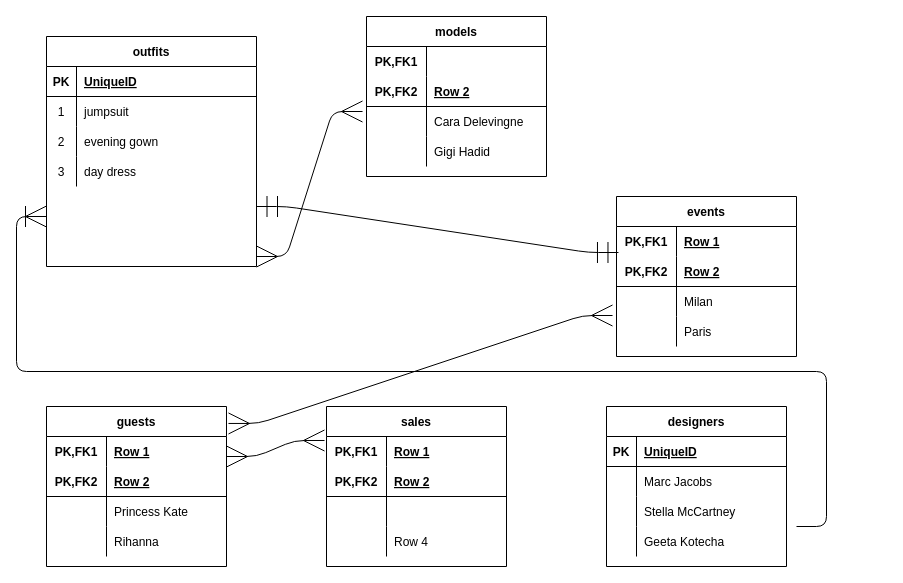
GK230/boolean-uk-api-data-models keeps this draw.io diagram as fashion.drawio. Above is the earlier version. Source tidied: cells renumbered, new cells numbered last; positions are measured from the earlier drawing's top-left corner, leaving out a move shared by most shapes. Both pictures are drawn from the tidied source at 100%, with x=0, y=0 at pixel (46, 16).
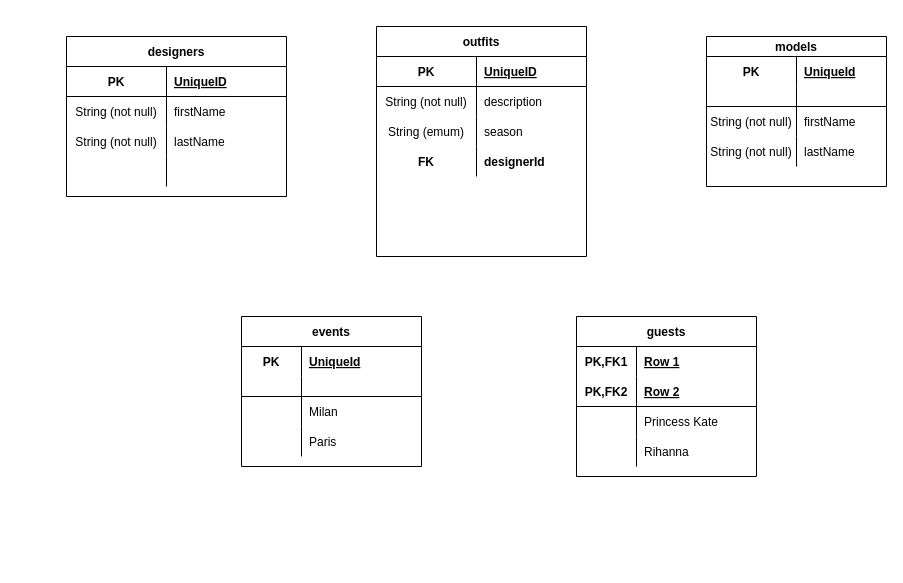
The same page after the edit.

Unchanged cells that the change refers to:
```xml
<mxCell id="3" style="shape=partialRectangle;fillColor=none;top=0;left=0;bottom=1;right=0;" parent="2" vertex="1">
  <mxGeometry y="30" width="210" height="30" as="geometry" />
</mxCell>
<mxCell id="6" style="shape=partialRectangle;fillColor=none;top=0;left=0;bottom=0;right=0;" parent="2" vertex="1">
  <mxGeometry y="60" width="210" height="30" as="geometry" />
</mxCell>
<mxCell id="9" style="shape=partialRectangle;fillColor=none;top=0;left=0;bottom=0;right=0;" parent="2" vertex="1">
  <mxGeometry y="90" width="210" height="30" as="geometry" />
</mxCell>
<mxCell id="12" style="shape=partialRectangle;fillColor=none;top=0;left=0;bottom=0;right=0;" parent="2" vertex="1">
  <mxGeometry y="120" width="210" height="30" as="geometry" />
</mxCell>
<mxCell id="29" style="shape=partialRectangle;fillColor=none;top=0;left=0;bottom=0;right=0;" parent="28" vertex="1">
  <mxGeometry y="30" width="180" height="30" as="geometry" />
</mxCell>
```

What changed in the source:
```diff
@@
     <mxCell id="2" value="outfits" style="shape=table;startSize=30;childLayout=tableLayout;rowLines=0;fontStyle=1;align=center;" parent="1" vertex="1">
-      <mxGeometry y="20" width="210" height="230" as="geometry" />
+      <mxGeometry x="330" y="10" width="210" height="230" as="geometry" />
     </mxCell>
@@
     <mxCell id="4" value="PK" style="shape=partialRectangle;fillColor=none;top=0;left=0;bottom=0;right=0;fontStyle=1;overflow=hidden;" parent="3" vertex="1">
-      <mxGeometry width="30" height="30" as="geometry" />
+      <mxGeometry width="100" height="30" as="geometry" />
     </mxCell>
     <mxCell id="5" value="UniqueID" style="shape=partialRectangle;fillColor=none;top=0;left=0;bottom=0;right=0;align=left;spacingLeft=6;fontStyle=5;overflow=hidden;" parent="3" vertex="1">
-      <mxGeometry x="30" width="180" height="30" as="geometry" />
+      <mxGeometry x="100" width="110" height="30" as="geometry" />
     </mxCell>
@@
-    <mxCell id="7" value="1" style="shape=partialRectangle;fillColor=none;top=0;left=0;bottom=0;right=0;overflow=hidden;" parent="6" vertex="1">
-      <mxGeometry width="30" height="30" as="geometry" />
+    <mxCell id="7" value="String (not null)" style="shape=partialRectangle;fillColor=none;top=0;left=0;bottom=0;right=0;overflow=hidden;" parent="6" vertex="1">
+      <mxGeometry width="100" height="30" as="geometry" />
     </mxCell>
-    <mxCell id="8" value="jumpsuit" style="shape=partialRectangle;fillColor=none;top=0;left=0;bottom=0;right=0;align=left;spacingLeft=6;overflow=hidden;" parent="6" vertex="1">
-      <mxGeometry x="30" width="180" height="30" as="geometry" />
+    <mxCell id="8" value="description" style="shape=partialRectangle;fillColor=none;top=0;left=0;bottom=0;right=0;align=left;spacingLeft=6;overflow=hidden;" parent="6" vertex="1">
+      <mxGeometry x="100" width="110" height="30" as="geometry" />
     </mxCell>
@@
-    <mxCell id="10" value="2" style="shape=partialRectangle;fillColor=none;top=0;left=0;bottom=0;right=0;overflow=hidden;" parent="9" vertex="1">
-      <mxGeometry width="30" height="30" as="geometry" />
+    <mxCell id="10" value="String (emum)" style="shape=partialRectangle;fillColor=none;top=0;left=0;bottom=0;right=0;overflow=hidden;" parent="9" vertex="1">
+      <mxGeometry width="100" height="30" as="geometry" />
     </mxCell>
-    <mxCell id="11" value="evening gown" style="shape=partialRectangle;fillColor=none;top=0;left=0;bottom=0;right=0;align=left;spacingLeft=6;overflow=hidden;" parent="9" vertex="1">
-      <mxGeometry x="30" width="180" height="30" as="geometry" />
+    <mxCell id="11" value="season" style="shape=partialRectangle;fillColor=none;top=0;left=0;bottom=0;right=0;align=left;spacingLeft=6;overflow=hidden;" parent="9" vertex="1">
+      <mxGeometry x="100" width="110" height="30" as="geometry" />
     </mxCell>
@@
-    <mxCell id="13" value="3" style="shape=partialRectangle;fillColor=none;top=0;left=0;bottom=0;right=0;overflow=hidden;" parent="12" vertex="1">
-      <mxGeometry width="30" height="30" as="geometry" />
+    <mxCell id="13" value="FK" style="shape=partialRectangle;fillColor=none;top=0;left=0;bottom=0;right=0;overflow=hidden;fontStyle=1;" parent="12" vertex="1">
+      <mxGeometry width="100" height="30" as="geometry" />
     </mxCell>
-    <mxCell id="14" value="day dress" style="shape=partialRectangle;fillColor=none;top=0;left=0;bottom=0;right=0;align=left;spacingLeft=6;overflow=hidden;" parent="12" vertex="1">
-      <mxGeometry x="30" width="180" height="30" as="geometry" />
+    <mxCell id="14" value="designerId" style="shape=partialRectangle;fillColor=none;top=0;left=0;bottom=0;right=0;align=left;spacingLeft=6;overflow=hidden;fontStyle=1;" parent="12" vertex="1">
+      <mxGeometry x="100" width="110" height="30" as="geometry" />
     </mxCell>
-    <mxCell id="15" value="models" style="shape=table;startSize=30;childLayout=tableLayout;rowLines=0;fontStyle=1;align=center;" parent="1" vertex="1">
-      <mxGeometry x="320" width="180" height="160" as="geometry" />
+    <mxCell id="15" value="models" style="shape=table;startSize=20;childLayout=tableLayout;rowLines=0;fontStyle=1;align=center;" parent="1" vertex="1">
+      <mxGeometry x="660" y="20" width="180" height="150" as="geometry" />
     </mxCell>
     <mxCell id="16" style="shape=partialRectangle;fillColor=none;top=0;left=0;bottom=0;right=0;" parent="15" vertex="1">
-      <mxGeometry y="30" width="180" height="30" as="geometry" />
+      <mxGeometry y="20" width="180" height="30" as="geometry" />
     </mxCell>
-    <mxCell id="17" value="PK,FK1" style="shape=partialRectangle;fillColor=none;top=0;left=0;bottom=0;right=0;fontStyle=1;overflow=hidden;" parent="16" vertex="1">
-      <mxGeometry width="60" height="30" as="geometry" />
+    <mxCell id="17" value="PK" style="shape=partialRectangle;fillColor=none;top=0;left=0;bottom=0;right=0;fontStyle=1;overflow=hidden;" parent="16" vertex="1">
+      <mxGeometry width="90" height="30" as="geometry" />
     </mxCell>
-    <mxCell id="18" style="shape=partialRectangle;fillColor=none;top=0;left=0;bottom=0;right=0;align=left;spacingLeft=6;fontStyle=5;overflow=hidden;" parent="16" vertex="1">
-      <mxGeometry x="60" width="120" height="30" as="geometry" />
+    <mxCell id="18" value="UniqueId" style="shape=partialRectangle;fillColor=none;top=0;left=0;bottom=0;right=0;align=left;spacingLeft=6;fontStyle=5;overflow=hidden;" parent="16" vertex="1">
+      <mxGeometry x="90" width="90" height="30" as="geometry" />
     </mxCell>
     <mxCell id="19" style="shape=partialRectangle;fillColor=none;top=0;left=0;bottom=1;right=0;" parent="15" vertex="1">
-      <mxGeometry y="60" width="180" height="30" as="geometry" />
+      <mxGeometry y="50" width="180" height="20" as="geometry" />
     </mxCell>
-    <mxCell id="20" value="PK,FK2" style="shape=partialRectangle;fillColor=none;top=0;left=0;bottom=0;right=0;fontStyle=1;overflow=hidden;" parent="19" vertex="1">
-      <mxGeometry width="60" height="30" as="geometry" />
+    <mxCell id="20" style="shape=partialRectangle;fillColor=none;top=0;left=0;bottom=0;right=0;fontStyle=1;overflow=hidden;" parent="19" vertex="1">
+      <mxGeometry width="90" height="20" as="geometry" />
     </mxCell>
-    <mxCell id="21" value="Row 2" style="shape=partialRectangle;fillColor=none;top=0;left=0;bottom=0;right=0;align=left;spacingLeft=6;fontStyle=5;overflow=hidden;" parent="19" vertex="1">
-      <mxGeometry x="60" width="120" height="30" as="geometry" />
+    <mxCell id="21" style="shape=partialRectangle;fillColor=none;top=0;left=0;bottom=0;right=0;align=left;spacingLeft=6;fontStyle=5;overflow=hidden;" parent="19" vertex="1">
+      <mxGeometry x="90" width="90" height="20" as="geometry" />
     </mxCell>
     <mxCell id="22" style="shape=partialRectangle;fillColor=none;top=0;left=0;bottom=0;right=0;points=[[0,0.5],[1,0.5]];portConstraint=eastwest;" parent="15" vertex="1">
-      <mxGeometry y="90" width="180" height="30" as="geometry" />
+      <mxGeometry y="70" width="180" height="30" as="geometry" />
     </mxCell>
-    <mxCell id="23" style="shape=partialRectangle;fillColor=none;top=0;left=0;bottom=0;right=0;overflow=hidden;" parent="22" vertex="1">
-      <mxGeometry width="60" height="30" as="geometry" />
+    <mxCell id="23" value="String (not null)" style="shape=partialRectangle;fillColor=none;top=0;left=0;bottom=0;right=0;overflow=hidden;" parent="22" vertex="1">
+      <mxGeometry width="90" height="30" as="geometry" />
     </mxCell>
-    <mxCell id="24" value="Cara Delevingne" style="shape=partialRectangle;fillColor=none;top=0;left=0;bottom=0;right=0;align=left;spacingLeft=6;overflow=hidden;" parent="22" vertex="1">
-      <mxGeometry x="60" width="120" height="30" as="geometry" />
+    <mxCell id="24" value="firstName" style="shape=partialRectangle;fillColor=none;top=0;left=0;bottom=0;right=0;align=left;spacingLeft=6;overflow=hidden;" parent="22" vertex="1">
+      <mxGeometry x="90" width="90" height="30" as="geometry" />
     </mxCell>
     <mxCell id="25" style="shape=partialRectangle;fillColor=none;top=0;left=0;bottom=0;right=0;" parent="15" vertex="1">
-      <mxGeometry y="120" width="180" height="30" as="geometry" />
+      <mxGeometry y="100" width="180" height="30" as="geometry" />
     </mxCell>
-    <mxCell id="26" style="shape=partialRectangle;fillColor=none;top=0;left=0;bottom=0;right=0;overflow=hidden;" parent="25" vertex="1">
-      <mxGeometry width="60" height="30" as="geometry" />
+    <mxCell id="26" value="String (not null)" style="shape=partialRectangle;fillColor=none;top=0;left=0;bottom=0;right=0;overflow=hidden;" parent="25" vertex="1">
+      <mxGeometry width="90" height="30" as="geometry" />
     </mxCell>
-    <mxCell id="27" value="Gigi Hadid" style="shape=partialRectangle;fillColor=none;top=0;left=0;bottom=0;right=0;align=left;spacingLeft=6;overflow=hidden;" parent="25" vertex="1">
-      <mxGeometry x="60" width="120" height="30" as="geometry" />
+    <mxCell id="27" value="lastName" style="shape=partialRectangle;fillColor=none;top=0;left=0;bottom=0;right=0;align=left;spacingLeft=6;overflow=hidden;" parent="25" vertex="1">
+      <mxGeometry x="90" width="90" height="30" as="geometry" />
     </mxCell>
     <mxCell id="28" value="events" style="shape=table;startSize=30;childLayout=tableLayout;rowLines=0;fontStyle=1;align=center;" parent="1" vertex="1">
-      <mxGeometry x="570" y="180" width="180" height="160" as="geometry" />
+      <mxGeometry x="195" y="300" width="180" height="150" as="geometry" />
     </mxCell>
@@
-    <mxCell id="30" value="PK,FK1" style="shape=partialRectangle;fillColor=none;top=0;left=0;bottom=0;right=0;fontStyle=1;overflow=hidden;" parent="29" vertex="1">
+    <mxCell id="30" value="PK" style="shape=partialRectangle;fillColor=none;top=0;left=0;bottom=0;right=0;fontStyle=1;overflow=hidden;" parent="29" vertex="1">
       <mxGeometry width="60" height="30" as="geometry" />
     </mxCell>
-    <mxCell id="31" value="Row 1" style="shape=partialRectangle;fillColor=none;top=0;left=0;bottom=0;right=0;align=left;spacingLeft=6;fontStyle=5;overflow=hidden;" parent="29" vertex="1">
+    <mxCell id="31" value="UniqueId" style="shape=partialRectangle;fillColor=none;top=0;left=0;bottom=0;right=0;align=left;spacingLeft=6;fontStyle=5;overflow=hidden;" parent="29" vertex="1">
       <mxGeometry x="60" width="120" height="30" as="geometry" />
     </mxCell>
     <mxCell id="32" style="shape=partialRectangle;fillColor=none;top=0;left=0;bottom=1;right=0;points=[[0,0.5],[1,0.5]];portConstraint=eastwest;" parent="28" vertex="1">
-      <mxGeometry y="60" width="180" height="30" as="geometry" />
+      <mxGeometry y="60" width="180" height="20" as="geometry" />
     </mxCell>
-    <mxCell id="33" value="PK,FK2" style="shape=partialRectangle;fillColor=none;top=0;left=0;bottom=0;right=0;fontStyle=1;overflow=hidden;" parent="32" vertex="1">
-      <mxGeometry width="60" height="30" as="geometry" />
+    <mxCell id="33" style="shape=partialRectangle;fillColor=none;top=0;left=0;bottom=0;right=0;fontStyle=1;overflow=hidden;" parent="32" vertex="1">
+      <mxGeometry width="60" height="20" as="geometry" />
     </mxCell>
-    <mxCell id="34" value="Row 2" style="shape=partialRectangle;fillColor=none;top=0;left=0;bottom=0;right=0;align=left;spacingLeft=6;fontStyle=5;overflow=hidden;" parent="32" vertex="1">
-      <mxGeometry x="60" width="120" height="30" as="geometry" />
+    <mxCell id="34" style="shape=partialRectangle;fillColor=none;top=0;left=0;bottom=0;right=0;align=left;spacingLeft=6;fontStyle=5;overflow=hidden;" parent="32" vertex="1">
+      <mxGeometry x="60" width="120" height="20" as="geometry" />
     </mxCell>
     <mxCell id="35" style="shape=partialRectangle;fillColor=none;top=0;left=0;bottom=0;right=0;" parent="28" vertex="1">
-      <mxGeometry y="90" width="180" height="30" as="geometry" />
+      <mxGeometry y="80" width="180" height="30" as="geometry" />
     </mxCell>
@@
     <mxCell id="38" style="shape=partialRectangle;fillColor=none;top=0;left=0;bottom=0;right=0;points=[[0,0.5],[1,0.5]];portConstraint=eastwest;" parent="28" vertex="1">
-      <mxGeometry y="120" width="180" height="30" as="geometry" />
+      <mxGeometry y="110" width="180" height="30" as="geometry" />
     </mxCell>
@@
     <mxCell id="41" value="guests" style="shape=table;startSize=30;childLayout=tableLayout;rowLines=0;fontStyle=1;align=center;" parent="1" vertex="1">
-      <mxGeometry y="390" width="180" height="160" as="geometry" />
+      <mxGeometry x="530" y="300" width="180" height="160" as="geometry" />
     </mxCell>
@@
-    <mxCell id="54" value="sales" style="shape=table;startSize=30;childLayout=tableLayout;rowLines=0;fontStyle=1;align=center;" parent="1" vertex="1">
-      <mxGeometry x="280" y="390" width="180" height="160" as="geometry" />
-    </mxCell>
-    <mxCell id="55" style="shape=partialRectangle;fillColor=none;top=0;left=0;bottom=0;right=0;points=[[0,0.5],[1,0.5]];portConstraint=eastwest;" parent="54" vertex="1">
-      <mxGeometry y="30" width="180" height="30" as="geometry" />
-    </mxCell>
-    <mxCell id="56" value="PK,FK1" style="shape=partialRectangle;fillColor=none;top=0;left=0;bottom=0;right=0;fontStyle=1;overflow=hidden;" parent="55" vertex="1">
-      <mxGeometry width="60" height="30" as="geometry" />
-    </mxCell>
-    <mxCell id="57" value="Row 1" style="shape=partialRectangle;fillColor=none;top=0;left=0;bottom=0;right=0;align=left;spacingLeft=6;fontStyle=5;overflow=hidden;" parent="55" vertex="1">
-      <mxGeometry x="60" width="120" height="30" as="geometry" />
-    </mxCell>
-    <mxCell id="58" style="shape=partialRectangle;fillColor=none;top=0;left=0;bottom=1;right=0;" parent="54" vertex="1">
-      <mxGeometry y="60" width="180" height="30" as="geometry" />
-    </mxCell>
-    <mxCell id="59" value="PK,FK2" style="shape=partialRectangle;fillColor=none;top=0;left=0;bottom=0;right=0;fontStyle=1;overflow=hidden;" parent="58" vertex="1">
-      <mxGeometry width="60" height="30" as="geometry" />
-    </mxCell>
-    <mxCell id="60" value="Row 2" style="shape=partialRectangle;fillColor=none;top=0;left=0;bottom=0;right=0;align=left;spacingLeft=6;fontStyle=5;overflow=hidden;" parent="58" vertex="1">
-      <mxGeometry x="60" width="120" height="30" as="geometry" />
-    </mxCell>
-    <mxCell id="61" style="shape=partialRectangle;fillColor=none;top=0;left=0;bottom=0;right=0;" parent="54" vertex="1">
-      <mxGeometry y="90" width="180" height="30" as="geometry" />
-    </mxCell>
-    <mxCell id="62" style="shape=partialRectangle;fillColor=none;top=0;left=0;bottom=0;right=0;overflow=hidden;" parent="61" vertex="1">
-      <mxGeometry width="60" height="30" as="geometry" />
-    </mxCell>
-    <mxCell id="63" style="shape=partialRectangle;fillColor=none;top=0;left=0;bottom=0;right=0;align=left;spacingLeft=6;overflow=hidden;" parent="61" vertex="1">
-      <mxGeometry x="60" width="120" height="30" as="geometry" />
-    </mxCell>
-    <mxCell id="64" style="shape=partialRectangle;fillColor=none;top=0;left=0;bottom=0;right=0;" parent="54" vertex="1">
-      <mxGeometry y="120" width="180" height="30" as="geometry" />
-    </mxCell>
-    <mxCell id="65" style="shape=partialRectangle;fillColor=none;top=0;left=0;bottom=0;right=0;overflow=hidden;" parent="64" vertex="1">
-      <mxGeometry width="60" height="30" as="geometry" />
-    </mxCell>
-    <mxCell id="66" value="Row 4" style="shape=partialRectangle;fillColor=none;top=0;left=0;bottom=0;right=0;align=left;spacingLeft=6;overflow=hidden;" parent="64" vertex="1">
-      <mxGeometry x="60" width="120" height="30" as="geometry" />
-    </mxCell>
     <mxCell id="67" value="designers" style="shape=table;startSize=30;childLayout=tableLayout;rowLines=0;fontStyle=1;align=center;" parent="1" vertex="1">
-      <mxGeometry x="560" y="390" width="180" height="160" as="geometry" />
+      <mxGeometry x="20" y="20" width="220" height="160" as="geometry" />
     </mxCell>
     <mxCell id="68" style="shape=partialRectangle;fillColor=none;top=0;left=0;bottom=1;right=0;" parent="67" vertex="1">
-      <mxGeometry y="30" width="180" height="30" as="geometry" />
+      <mxGeometry y="30" width="220" height="30" as="geometry" />
     </mxCell>
     <mxCell id="69" value="PK" style="shape=partialRectangle;fillColor=none;top=0;left=0;bottom=0;right=0;fontStyle=1;overflow=hidden;" parent="68" vertex="1">
-      <mxGeometry width="30" height="30" as="geometry" />
+      <mxGeometry width="100" height="30" as="geometry" />
     </mxCell>
     <mxCell id="70" value="UniqueID" style="shape=partialRectangle;fillColor=none;top=0;left=0;bottom=0;right=0;align=left;spacingLeft=6;fontStyle=5;overflow=hidden;" parent="68" vertex="1">
-      <mxGeometry x="30" width="150" height="30" as="geometry" />
+      <mxGeometry x="100" width="120" height="30" as="geometry" />
     </mxCell>
     <mxCell id="71" style="shape=partialRectangle;fillColor=none;top=0;left=0;bottom=0;right=0;" parent="67" vertex="1">
-      <mxGeometry y="60" width="180" height="30" as="geometry" />
+      <mxGeometry y="60" width="220" height="30" as="geometry" />
     </mxCell>
-    <mxCell id="72" style="shape=partialRectangle;fillColor=none;top=0;left=0;bottom=0;right=0;overflow=hidden;" parent="71" vertex="1">
-      <mxGeometry width="30" height="30" as="geometry" />
+    <mxCell id="72" value="String (not null)" style="shape=partialRectangle;fillColor=none;top=0;left=0;bottom=0;right=0;overflow=hidden;" parent="71" vertex="1">
+      <mxGeometry width="100" height="30" as="geometry" />
     </mxCell>
-    <mxCell id="73" value="Marc Jacobs" style="shape=partialRectangle;fillColor=none;top=0;left=0;bottom=0;right=0;align=left;spacingLeft=6;overflow=hidden;" parent="71" vertex="1">
-      <mxGeometry x="30" width="150" height="30" as="geometry" />
+    <mxCell id="73" value="firstName" style="shape=partialRectangle;fillColor=none;top=0;left=0;bottom=0;right=0;align=left;spacingLeft=6;overflow=hidden;" parent="71" vertex="1">
+      <mxGeometry x="100" width="120" height="30" as="geometry" />
     </mxCell>
     <mxCell id="74" style="shape=partialRectangle;fillColor=none;top=0;left=0;bottom=0;right=0;" parent="67" vertex="1">
-      <mxGeometry y="90" width="180" height="30" as="geometry" />
+      <mxGeometry y="90" width="220" height="30" as="geometry" />
     </mxCell>
     <mxCell id="75" style="shape=partialRectangle;fillColor=none;top=0;left=0;bottom=0;right=0;overflow=hidden;" parent="74" vertex="1">
-      <mxGeometry width="30" height="30" as="geometry" />
+      <mxGeometry width="100" height="30" as="geometry" />
     </mxCell>
-    <mxCell id="76" value="Stella McCartney" style="shape=partialRectangle;fillColor=none;top=0;left=0;bottom=0;right=0;align=left;spacingLeft=6;overflow=hidden;" parent="74" vertex="1">
-      <mxGeometry x="30" width="150" height="30" as="geometry" />
+    <mxCell id="76" value="lastName" style="shape=partialRectangle;fillColor=none;top=0;left=0;bottom=0;right=0;align=left;spacingLeft=6;overflow=hidden;" parent="74" vertex="1">
+      <mxGeometry x="100" width="120" height="30" as="geometry" />
     </mxCell>
     <mxCell id="77" style="shape=partialRectangle;fillColor=none;top=0;left=0;bottom=0;right=0;" parent="67" vertex="1">
-      <mxGeometry y="120" width="180" height="30" as="geometry" />
+      <mxGeometry y="120" width="220" height="30" as="geometry" />
     </mxCell>
     <mxCell id="78" style="shape=partialRectangle;fillColor=none;top=0;left=0;bottom=0;right=0;overflow=hidden;" parent="77" vertex="1">
-      <mxGeometry width="30" height="30" as="geometry" />
+      <mxGeometry width="100" height="30" as="geometry" />
     </mxCell>
-    <mxCell id="79" value="Geeta Kotecha" style="shape=partialRectangle;fillColor=none;top=0;left=0;bottom=0;right=0;align=left;spacingLeft=6;overflow=hidden;" parent="77" vertex="1">
-      <mxGeometry x="30" width="150" height="30" as="geometry" />
+    <mxCell id="79" style="shape=partialRectangle;fillColor=none;top=0;left=0;bottom=0;right=0;align=left;spacingLeft=6;overflow=hidden;" parent="77" vertex="1">
+      <mxGeometry x="100" width="120" height="30" as="geometry" />
     </mxCell>
-    <mxCell id="80" style="edgeStyle=entityRelationEdgeStyle;fontSize=12;html=1;endArrow=ERmany;startArrow=ERmany;startSize=19;endSize=19;entryX=-0.022;entryY=0.167;entryDx=0;entryDy=0;entryPerimeter=0;" parent="1" edge="1" target="22">
-      <mxGeometry relative="1" as="geometry">
-        <mxPoint x="210" y="240" as="sourcePoint" />
-      </mxGeometry>
-    </mxCell>
-    <mxCell id="81" style="edgeStyle=entityRelationEdgeStyle;fontSize=12;html=1;endArrow=ERmany;startArrow=ERmany;startSize=19;endSize=19;entryX=-0.022;entryY=-0.033;entryDx=0;entryDy=0;entryPerimeter=0;exitX=1.011;exitY=0.106;exitDx=0;exitDy=0;exitPerimeter=0;" parent="1" edge="1" source="41" target="38">
-      <mxGeometry relative="1" as="geometry" />
-    </mxCell>
-    <mxCell id="82" style="edgeStyle=entityRelationEdgeStyle;fontSize=12;html=1;endArrow=ERmany;startArrow=ERmany;startSize=19;endSize=19;entryX=-0.011;entryY=0.133;entryDx=0;entryDy=0;entryPerimeter=0;" parent="1" edge="1" target="55">
-      <mxGeometry relative="1" as="geometry">
-        <mxPoint x="180" y="440" as="sourcePoint" />
-      </mxGeometry>
-    </mxCell>
-    <mxCell id="83" style="edgeStyle=entityRelationEdgeStyle;fontSize=12;html=1;endArrow=ERmandOne;startArrow=ERmandOne;startSize=19;endSize=19;entryX=0.011;entryY=-0.133;entryDx=0;entryDy=0;entryPerimeter=0;" parent="1" edge="1" target="32">
-      <mxGeometry relative="1" as="geometry">
-        <mxPoint x="210" y="190" as="sourcePoint" />
-      </mxGeometry>
-    </mxCell>
-    <mxCell id="84" style="edgeStyle=entityRelationEdgeStyle;fontSize=12;html=1;endArrow=ERoneToMany;startSize=19;endSize=19;" parent="1" edge="1">
-      <mxGeometry relative="1" as="geometry">
-        <mxPoint x="750" y="510" as="sourcePoint" />
-        <mxPoint y="200" as="targetPoint" />
-      </mxGeometry>
-    </mxCell>
+    <mxCell id="85" value="String (not null)" style="shape=partialRectangle;fillColor=none;top=0;left=0;bottom=0;right=0;overflow=hidden;" parent="1" vertex="1">
+      <mxGeometry x="20" y="110" width="100" height="30" as="geometry" />
+    </mxCell>
```
